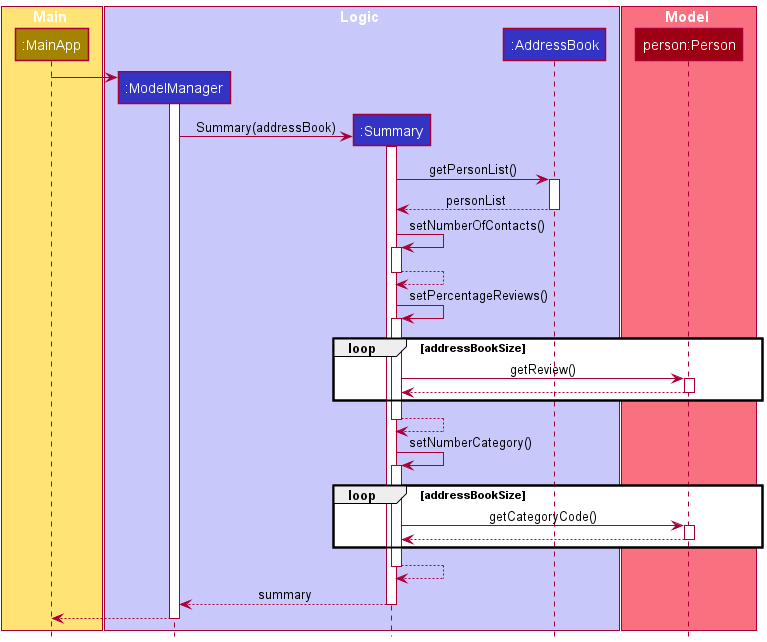
Before: docs/images/SummarySequenceDiagram.png, a diagram exported from PlantUML (nus-cs2103-AY2122S1/tp). Source of this version:
```plantuml
@startuml
!include style.puml

box Main STORAGE_COLOR_T1

participant ":MainApp" as MainApp STORAGE_COLOR
end box

box Logic LOGIC_COLOR_T1

participant ":ModelManager" as ModelManager LOGIC_COLOR
participant ":Summary" as Summary LOGIC_COLOR
participant ":AddressBook" as AddressBook LOGIC_COLOR

end box

box Model MODEL_COLOR_T1

participant "person:Person" as Person MODEL_COLOR
end box



create ModelManager
MainApp -> ModelManager
activate ModelManager


create Summary
ModelManager -> Summary : Summary(addressBook)
activate Summary

Summary -> AddressBook : getPersonList()
activate AddressBook

AddressBook --> Summary : personList
deactivate AddressBook

Summary -> Summary : setNumberOfContacts()
activate Summary

Summary --> Summary
deactivate Summary

Summary -> Summary : setPercentageReviews()
activate Summary

loop addressBookSize
Summary -> Person : getReview()
activate Person

Person --> Summary
deactivate Person
end
Summary --> Summary
deactivate Summary

Summary -> Summary : setNumberCategory()
activate Summary

loop addressBookSize
Summary -> Person : getCategoryCode()
activate Person

Person --> Summary
deactivate Person
end

Summary --> Summary
deactivate Summary

Summary --> ModelManager : summary
deactivate Summary


MainApp <-- ModelManager
deactivate ModelManager

@enduml
```
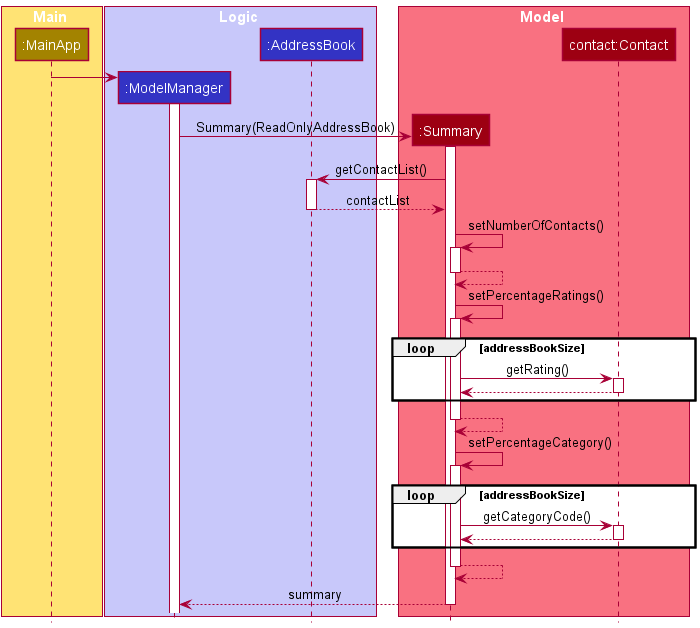
The same file after the commit.

Diff of the diagram source:
```diff
@@ -6,17 +6,17 @@
 participant ":MainApp" as MainApp STORAGE_COLOR
 end box
 
+
 box Logic LOGIC_COLOR_T1
 
 participant ":ModelManager" as ModelManager LOGIC_COLOR
-participant ":Summary" as Summary LOGIC_COLOR
 participant ":AddressBook" as AddressBook LOGIC_COLOR
 
 end box
 
 box Model MODEL_COLOR_T1
-
-participant "person:Person" as Person MODEL_COLOR
+participant ":Summary" as Summary MODEL_COLOR
+participant "contact:Contact" as Contact MODEL_COLOR
 end box
 
 
@@ -27,13 +27,13 @@
 
 
 create Summary
-ModelManager -> Summary : Summary(addressBook)
+ModelManager -> Summary : Summary(ReadOnlyAddressBook)
 activate Summary
 
-Summary -> AddressBook : getPersonList()
+Summary -> AddressBook : getContactList()
 activate AddressBook
 
-AddressBook --> Summary : personList
+AddressBook --> Summary : contactList
 deactivate AddressBook
 
 Summary -> Summary : setNumberOfContacts()
@@ -42,28 +42,28 @@
 Summary --> Summary
 deactivate Summary
 
-Summary -> Summary : setPercentageReviews()
+Summary -> Summary : setPercentageRatings()
 activate Summary
 
 loop addressBookSize
-Summary -> Person : getReview()
-activate Person
+Summary -> Contact : getRating()
+activate Contact
 
-Person --> Summary
-deactivate Person
+Contact --> Summary
+deactivate Contact
 end
 Summary --> Summary
 deactivate Summary
 
-Summary -> Summary : setNumberCategory()
+Summary -> Summary : setPercentageCategory()
 activate Summary
 
 loop addressBookSize
-Summary -> Person : getCategoryCode()
-activate Person
+Summary -> Contact : getCategoryCode()
+activate Contact
 
-Person --> Summary
-deactivate Person
+Contact --> Summary
+deactivate Contact
 end
 
 Summary --> Summary
@@ -73,7 +73,6 @@
 deactivate Summary
 
 
-MainApp <-- ModelManager
-deactivate ModelManager
+
 
 @enduml
```
